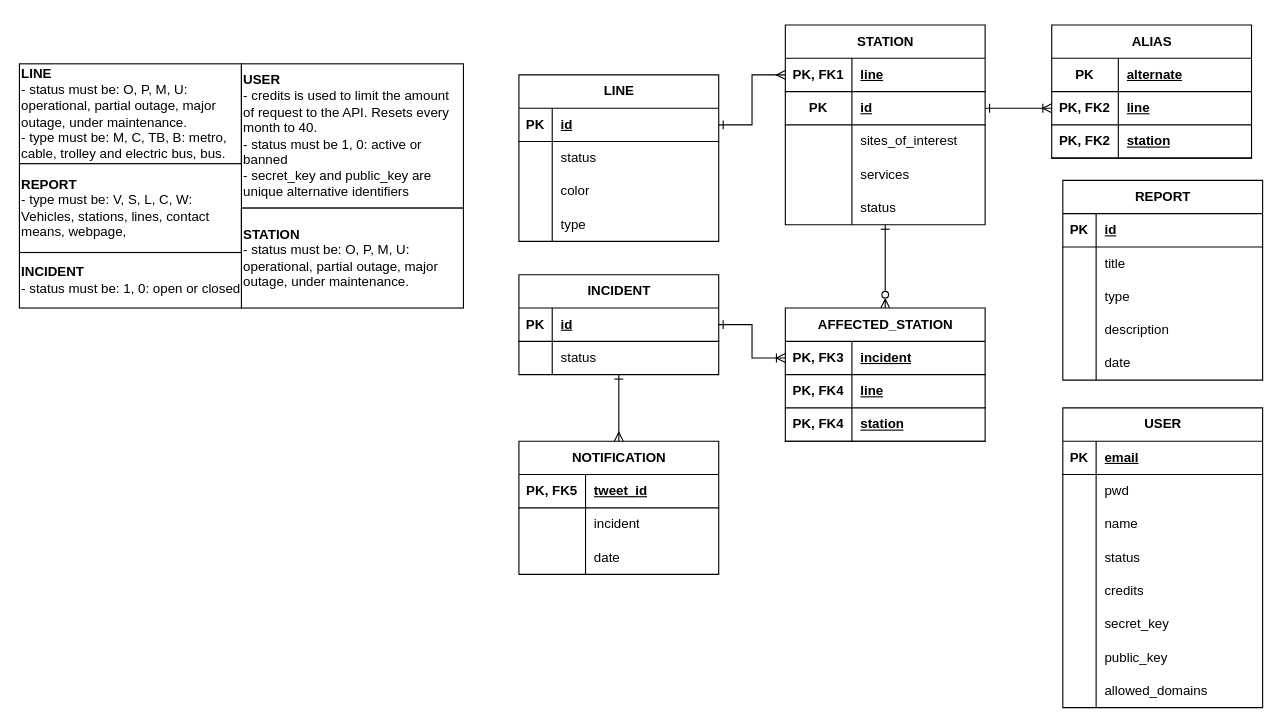
Above: documentation/db/db.drawio in danielcgiraldo/metromap (draw.io), before the change. Source tidied: cells renumbered, new cells numbered last; positions are measured from the earlier drawing's top-left corner, leaving out a move shared by most shapes. Both pictures are drawn from the tidied source at 111%, with x=0, y=0 at pixel (19, 24).
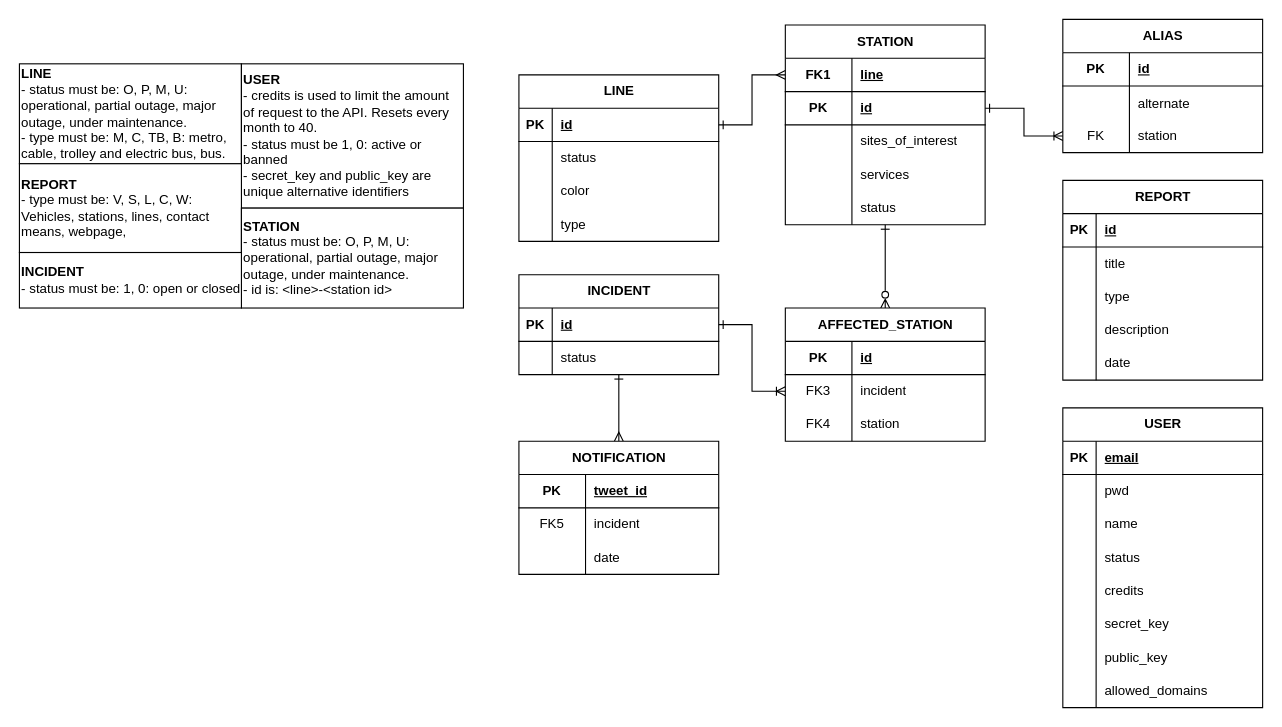
Above is the later version.

Commit message:
django db compatibility

The change refers to these unchanged cells:
```xml
<mxCell id="16" style="shape=tableRow;horizontal=0;startSize=0;swimlaneHead=0;swimlaneBody=0;fillColor=none;points=[[0,0.5],[1,0.5]];portConstraint=eastwest;top=0;left=0;right=0;bottom=1;" parent="15" vertex="1">
  <mxGeometry y="30" width="180" height="30" as="geometry" />
</mxCell>
<mxCell id="19" style="shape=tableRow;horizontal=0;startSize=0;swimlaneHead=0;swimlaneBody=0;fillColor=none;points=[[0,0.5],[1,0.5]];portConstraint=eastwest;top=0;left=0;right=0;bottom=1;strokeColor=default;swimlaneLine=1;" parent="15" vertex="1">
  <mxGeometry y="60" width="180" height="30" as="geometry" />
</mxCell>
<mxCell id="58" style="shape=tableRow;horizontal=0;startSize=0;swimlaneHead=0;swimlaneBody=0;fillColor=none;points=[[0,0.5],[1,0.5]];portConstraint=eastwest;top=0;left=0;right=0;bottom=1;" parent="57" vertex="1">
  <mxGeometry y="30" width="180" height="30" as="geometry" />
</mxCell>
<mxCell id="65" style="shape=tableRow;horizontal=0;startSize=0;swimlaneHead=0;swimlaneBody=0;fillColor=none;top=0;left=0;right=0;bottom=1;" parent="64" vertex="1">
  <mxGeometry y="30" width="180" height="30" as="geometry" />
</mxCell>
<mxCell id="68" style="shape=tableRow;horizontal=0;startSize=0;swimlaneHead=0;swimlaneBody=0;fillColor=none;top=0;left=0;right=0;bottom=0;" parent="64" vertex="1">
  <mxGeometry y="60" width="180" height="30" as="geometry" />
</mxCell>
<mxCell id="106" value="AFFECTED_STATION" style="shape=table;startSize=30;childLayout=tableLayout;rowLines=0;fontStyle=1;align=center;html=1;" parent="1" vertex="1">
  <mxGeometry x="690" y="255" width="180" height="120" as="geometry" />
</mxCell>
<mxCell id="107" style="shape=tableRow;horizontal=0;startSize=0;swimlaneHead=0;swimlaneBody=0;fillColor=none;points=[[0,0.5],[1,0.5]];portConstraint=eastwest;top=0;left=0;right=0;bottom=1;" parent="106" vertex="1">
  <mxGeometry y="30" width="180" height="30" as="geometry" />
</mxCell>
```

Change to the diagram source:
```diff
@@
-    <mxCell id="17" value="PK, FK1" style="shape=partialRectangle;fillColor=none;top=0;left=0;bottom=0;right=0;fontStyle=1;overflow=hidden;whiteSpace=wrap;html=1;" parent="16" vertex="1">
+    <mxCell id="17" value="FK1" style="shape=partialRectangle;fillColor=none;top=0;left=0;bottom=0;right=0;fontStyle=1;overflow=hidden;whiteSpace=wrap;html=1;" parent="16" vertex="1">
       <mxGeometry width="60" height="30" as="geometry" />
     </mxCell>
@@
-    <mxCell id="66" value="PK, FK5" style="shape=partialRectangle;fillColor=none;top=0;left=0;bottom=0;right=0;fontStyle=1;overflow=hidden;whiteSpace=wrap;html=1;" parent="65" vertex="1">
+    <mxCell id="66" value="PK" style="shape=partialRectangle;fillColor=none;top=0;left=0;bottom=0;right=0;fontStyle=1;overflow=hidden;whiteSpace=wrap;html=1;" parent="65" vertex="1">
       <mxGeometry width="60" height="30" as="geometry" />
     </mxCell>
@@
-    <mxCell id="69" style="shape=partialRectangle;fillColor=none;top=0;left=0;bottom=0;right=0;overflow=hidden;whiteSpace=wrap;html=1;" parent="68" vertex="1">
+    <mxCell id="69" value="FK5" style="shape=partialRectangle;fillColor=none;top=0;left=0;bottom=0;right=0;overflow=hidden;whiteSpace=wrap;html=1;" parent="68" vertex="1">
       <mxGeometry width="60" height="30" as="geometry" />
     </mxCell>
@@
-    <mxCell id="93" value="&lt;b&gt;STATION&lt;/b&gt;&lt;br&gt;- status must be: O, P, M, U: operational, partial outage, major outage, under maintenance." style="rounded=0;whiteSpace=wrap;html=1;align=left;" parent="1" vertex="1">
+    <mxCell id="93" value="&lt;b&gt;STATION&lt;/b&gt;&lt;br&gt;- status must be: O, P, M, U: operational, partial outage, major outage, under maintenance.&lt;br&gt;- id is: &amp;lt;line&amp;gt;-&amp;lt;station id&amp;gt;" style="rounded=0;whiteSpace=wrap;html=1;align=left;" parent="1" vertex="1">
       <mxGeometry x="200" y="165" width="200" height="90" as="geometry" />
     </mxCell>
@@
     <mxCell id="95" value="ALIAS" style="shape=table;startSize=30;childLayout=tableLayout;rowLines=0;fontStyle=1;align=center;html=1;" parent="1" vertex="1">
-      <mxGeometry x="930" width="180" height="120" as="geometry" />
+      <mxGeometry x="940" y="-5" width="180" height="120" as="geometry" />
     </mxCell>
-    <mxCell id="96" style="shape=tableRow;horizontal=0;startSize=0;swimlaneHead=0;swimlaneBody=0;fillColor=none;top=0;left=0;right=0;bottom=1;strokeColor=default;swimlaneLine=1;" parent="95" vertex="1">
-      <mxGeometry y="30" width="180" height="30" as="geometry" />
-    </mxCell>
+    <mxCell id="119" style="shape=tableRow;horizontal=0;startSize=0;swimlaneHead=0;swimlaneBody=0;fillColor=none;top=0;left=0;right=0;bottom=1;" parent="95" vertex="1">
+      <mxGeometry y="30" width="180" height="30" as="geometry" />
+    </mxCell>
-    <mxCell id="97" value="PK" style="shape=partialRectangle;fillColor=none;top=0;left=0;bottom=0;right=0;fontStyle=1;overflow=hidden;whiteSpace=wrap;html=1;shadow=0;strokeColor=default;strokeWidth=1;" parent="96" vertex="1">
+    <mxCell id="97" value="PK" style="shape=partialRectangle;fillColor=none;top=0;left=0;bottom=0;right=0;fontStyle=1;overflow=hidden;whiteSpace=wrap;html=1;" parent="119" vertex="1">
       <mxGeometry width="60" height="30" as="geometry" />
     </mxCell>
+    <mxCell id="120" value="id" style="shape=partialRectangle;fillColor=none;top=0;left=0;bottom=0;right=0;align=left;spacingLeft=6;fontStyle=5;overflow=hidden;whiteSpace=wrap;html=1;" parent="119" vertex="1">
+      <mxGeometry x="60" width="120" height="30" as="geometry" />
+    </mxCell>
+    <mxCell id="121" style="shape=tableRow;horizontal=0;startSize=0;swimlaneHead=0;swimlaneBody=0;fillColor=none;top=0;left=0;right=0;bottom=0;" parent="95" vertex="1">
+      <mxGeometry y="60" width="180" height="30" as="geometry" />
+    </mxCell>
+    <mxCell id="122" style="shape=partialRectangle;fillColor=none;top=0;left=0;bottom=0;right=0;overflow=hidden;" parent="121" vertex="1">
+      <mxGeometry width="60" height="30" as="geometry" />
+    </mxCell>
-    <mxCell id="98" value="alternate" style="shape=partialRectangle;fillColor=none;top=0;left=0;bottom=0;right=0;align=left;spacingLeft=6;fontStyle=5;overflow=hidden;whiteSpace=wrap;html=1;shadow=0;strokeColor=default;strokeWidth=1;" parent="96" vertex="1">
+    <mxCell id="98" value="alternate" style="shape=partialRectangle;fillColor=none;top=0;left=0;bottom=0;right=0;align=left;spacingLeft=6;overflow=hidden;" parent="121" vertex="1">
       <mxGeometry x="60" width="120" height="30" as="geometry" />
     </mxCell>
-    <mxCell id="99" style="shape=tableRow;horizontal=0;startSize=0;swimlaneHead=0;swimlaneBody=0;fillColor=none;points=[[0,0.5],[1,0.5]];portConstraint=eastwest;top=0;left=0;right=0;bottom=1;" parent="95" vertex="1">
-      <mxGeometry y="60" width="180" height="30" as="geometry" />
-    </mxCell>
-    <mxCell id="100" value="PK, FK2" style="shape=partialRectangle;fillColor=none;top=0;left=0;bottom=0;right=0;fontStyle=1;overflow=hidden;whiteSpace=wrap;html=1;" parent="99" vertex="1">
-      <mxGeometry width="60" height="30" as="geometry" />
-    </mxCell>
-    <mxCell id="101" value="line" style="shape=partialRectangle;fillColor=none;top=0;left=0;bottom=0;right=0;align=left;spacingLeft=6;fontStyle=5;overflow=hidden;whiteSpace=wrap;html=1;" parent="99" vertex="1">
-      <mxGeometry x="60" width="120" height="30" as="geometry" />
-    </mxCell>
-    <mxCell id="102" style="shape=tableRow;horizontal=0;startSize=0;swimlaneHead=0;swimlaneBody=0;fillColor=none;top=0;left=0;right=0;bottom=1;" parent="95" vertex="1">
-      <mxGeometry y="90" width="180" height="30" as="geometry" />
-    </mxCell>
-    <mxCell id="103" value="PK, FK2" style="shape=partialRectangle;fillColor=none;top=0;left=0;bottom=0;right=0;fontStyle=1;overflow=hidden;whiteSpace=wrap;html=1;" parent="102" vertex="1">
-      <mxGeometry width="60" height="30" as="geometry" />
-    </mxCell>
-    <mxCell id="104" value="station" style="shape=partialRectangle;fillColor=none;top=0;left=0;bottom=0;right=0;align=left;spacingLeft=6;fontStyle=5;overflow=hidden;whiteSpace=wrap;html=1;" parent="102" vertex="1">
-      <mxGeometry x="60" width="120" height="30" as="geometry" />
-    </mxCell>
+    <mxCell id="123" style="shape=tableRow;horizontal=0;startSize=0;swimlaneHead=0;swimlaneBody=0;fillColor=none;points=[[0,0.5],[1,0.5]];portConstraint=eastwest;top=0;left=0;right=0;bottom=0;" parent="95" vertex="1">
+      <mxGeometry y="90" width="180" height="30" as="geometry" />
+    </mxCell>
+    <mxCell id="124" value="FK" style="shape=partialRectangle;fillColor=none;top=0;left=0;bottom=0;right=0;fontStyle=0;overflow=hidden;whiteSpace=wrap;html=1;" parent="123" vertex="1">
+      <mxGeometry width="60" height="30" as="geometry" />
+    </mxCell>
+    <mxCell id="125" value="station" style="shape=partialRectangle;fillColor=none;top=0;left=0;bottom=0;right=0;align=left;spacingLeft=6;fontStyle=0;overflow=hidden;whiteSpace=wrap;html=1;" parent="123" vertex="1">
+      <mxGeometry x="60" width="120" height="30" as="geometry" />
+    </mxCell>
@@
-    <mxCell id="108" value="PK, FK3" style="shape=partialRectangle;fillColor=none;top=0;left=0;bottom=0;right=0;fontStyle=1;overflow=hidden;whiteSpace=wrap;html=1;" parent="107" vertex="1">
+    <mxCell id="108" value="PK" style="shape=partialRectangle;fillColor=none;top=0;left=0;bottom=0;right=0;fontStyle=1;overflow=hidden;whiteSpace=wrap;html=1;" parent="107" vertex="1">
       <mxGeometry width="60" height="30" as="geometry" />
     </mxCell>
-    <mxCell id="109" value="incident" style="shape=partialRectangle;fillColor=none;top=0;left=0;bottom=0;right=0;align=left;spacingLeft=6;fontStyle=5;overflow=hidden;whiteSpace=wrap;html=1;" parent="107" vertex="1">
+    <mxCell id="109" value="id" style="shape=partialRectangle;fillColor=none;top=0;left=0;bottom=0;right=0;align=left;spacingLeft=6;fontStyle=5;overflow=hidden;whiteSpace=wrap;html=1;" parent="107" vertex="1">
       <mxGeometry x="60" width="120" height="30" as="geometry" />
     </mxCell>
-    <mxCell id="110" style="shape=tableRow;horizontal=0;startSize=0;swimlaneHead=0;swimlaneBody=0;fillColor=none;top=0;left=0;right=0;bottom=1;strokeColor=default;swimlaneLine=1;" parent="106" vertex="1">
-      <mxGeometry y="60" width="180" height="30" as="geometry" />
-    </mxCell>
-    <mxCell id="111" value="PK, FK4" style="shape=partialRectangle;fillColor=none;top=0;left=0;bottom=0;right=0;fontStyle=1;overflow=hidden;whiteSpace=wrap;html=1;shadow=0;strokeColor=default;strokeWidth=1;" parent="110" vertex="1">
-      <mxGeometry width="60" height="30" as="geometry" />
-    </mxCell>
-    <mxCell id="112" value="line" style="shape=partialRectangle;fillColor=none;top=0;left=0;bottom=0;right=0;align=left;spacingLeft=6;fontStyle=5;overflow=hidden;whiteSpace=wrap;html=1;shadow=0;strokeColor=default;strokeWidth=1;" parent="110" vertex="1">
-      <mxGeometry x="60" width="120" height="30" as="geometry" />
-    </mxCell>
-    <mxCell id="113" style="shape=tableRow;horizontal=0;startSize=0;swimlaneHead=0;swimlaneBody=0;fillColor=none;top=0;left=0;right=0;bottom=1;" parent="106" vertex="1">
-      <mxGeometry y="90" width="180" height="30" as="geometry" />
-    </mxCell>
-    <mxCell id="114" value="PK, FK4" style="shape=partialRectangle;fillColor=none;top=0;left=0;bottom=0;right=0;fontStyle=1;overflow=hidden;whiteSpace=wrap;html=1;" parent="113" vertex="1">
-      <mxGeometry width="60" height="30" as="geometry" />
-    </mxCell>
-    <mxCell id="115" value="station" style="shape=partialRectangle;fillColor=none;top=0;left=0;bottom=0;right=0;align=left;spacingLeft=6;fontStyle=5;overflow=hidden;whiteSpace=wrap;html=1;" parent="113" vertex="1">
-      <mxGeometry x="60" width="120" height="30" as="geometry" />
-    </mxCell>
+    <mxCell id="126" style="shape=tableRow;horizontal=0;startSize=0;swimlaneHead=0;swimlaneBody=0;fillColor=none;points=[[0,0.5],[1,0.5]];portConstraint=eastwest;top=0;left=0;right=0;bottom=0;" parent="106" vertex="1">
+      <mxGeometry y="60" width="180" height="30" as="geometry" />
+    </mxCell>
+    <mxCell id="127" value="FK3" style="shape=partialRectangle;fillColor=none;top=0;left=0;bottom=0;right=0;fontStyle=0;overflow=hidden;whiteSpace=wrap;html=1;" parent="126" vertex="1">
+      <mxGeometry width="60" height="30" as="geometry" />
+    </mxCell>
+    <mxCell id="128" value="incident" style="shape=partialRectangle;fillColor=none;top=0;left=0;bottom=0;right=0;align=left;spacingLeft=6;fontStyle=0;overflow=hidden;whiteSpace=wrap;html=1;" parent="126" vertex="1">
+      <mxGeometry x="60" width="120" height="30" as="geometry" />
+    </mxCell>
+    <mxCell id="129" style="shape=tableRow;horizontal=0;startSize=0;swimlaneHead=0;swimlaneBody=0;fillColor=none;top=0;left=0;right=0;bottom=0;" parent="106" vertex="1">
+      <mxGeometry y="90" width="180" height="30" as="geometry" />
+    </mxCell>
+    <mxCell id="130" value="FK4" style="shape=partialRectangle;fillColor=none;top=0;left=0;bottom=0;right=0;fontStyle=0;overflow=hidden;whiteSpace=wrap;html=1;" parent="129" vertex="1">
+      <mxGeometry width="60" height="30" as="geometry" />
+    </mxCell>
+    <mxCell id="131" value="station" style="shape=partialRectangle;fillColor=none;top=0;left=0;bottom=0;right=0;align=left;spacingLeft=6;fontStyle=0;overflow=hidden;whiteSpace=wrap;html=1;" parent="129" vertex="1">
+      <mxGeometry x="60" width="120" height="30" as="geometry" />
+    </mxCell>
-    <mxCell id="116" style="edgeStyle=orthogonalEdgeStyle;rounded=0;jettySize=auto;html=1;exitX=0;exitY=0.5;exitDx=0;exitDy=0;entryX=1;entryY=0.5;entryDx=0;entryDy=0;endArrow=ERone;endFill=0;startArrow=ERoneToMany;startFill=0;" parent="1" edge="1" source="107" target="58">
+    <mxCell id="116" style="edgeStyle=orthogonalEdgeStyle;rounded=0;jettySize=auto;html=1;exitX=0;exitY=0.5;exitDx=0;exitDy=0;entryX=1;entryY=0.5;entryDx=0;entryDy=0;endArrow=ERone;endFill=0;startArrow=ERoneToMany;startFill=0;" parent="1" edge="1" source="126" target="58">
       <mxGeometry relative="1" as="geometry" />
     </mxCell>
@@
-    <mxCell id="118" style="edgeStyle=orthogonalEdgeStyle;rounded=0;jettySize=auto;html=1;exitX=1;exitY=0.5;exitDx=0;exitDy=0;entryX=0;entryY=0.5;entryDx=0;entryDy=0;endArrow=ERoneToMany;endFill=0;startArrow=ERone;startFill=0;" parent="1" edge="1" source="19" target="99">
+    <mxCell id="118" style="edgeStyle=orthogonalEdgeStyle;rounded=0;jettySize=auto;html=1;exitX=1;exitY=0.5;exitDx=0;exitDy=0;entryX=0;entryY=0.5;entryDx=0;entryDy=0;endArrow=ERoneToMany;endFill=0;startArrow=ERone;startFill=0;" parent="1" edge="1" source="19" target="123">
       <mxGeometry relative="1" as="geometry" />
     </mxCell>
```
